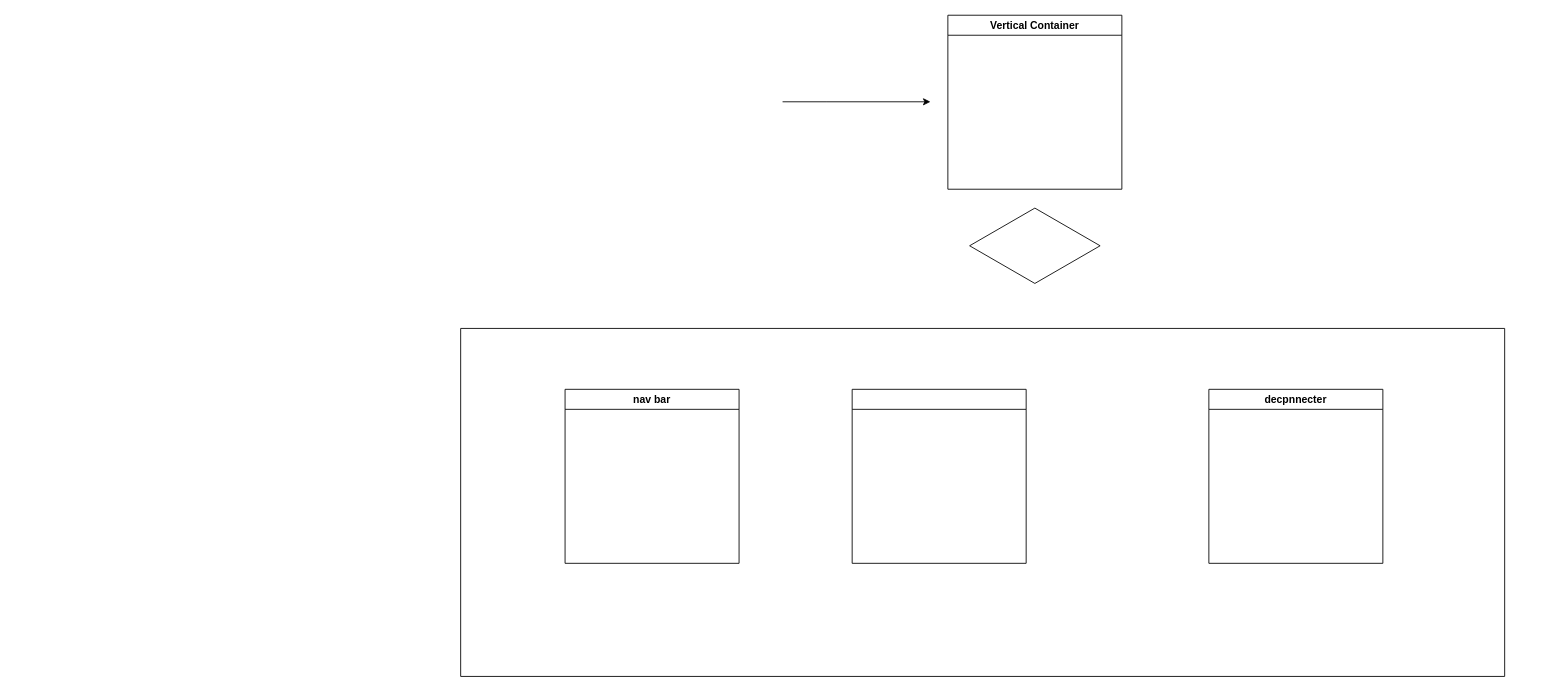
Above: UML ETAT TRANSITION.drawio in djn-web/djn-web (draw.io), before the change. Source tidied: cells renumbered, new cells numbered last; positions are measured from the earlier drawing's top-left corner, leaving out a move shared by most shapes. Both pictures are drawn from the tidied source at 87%, with x=0, y=0 at pixel (460, 15).
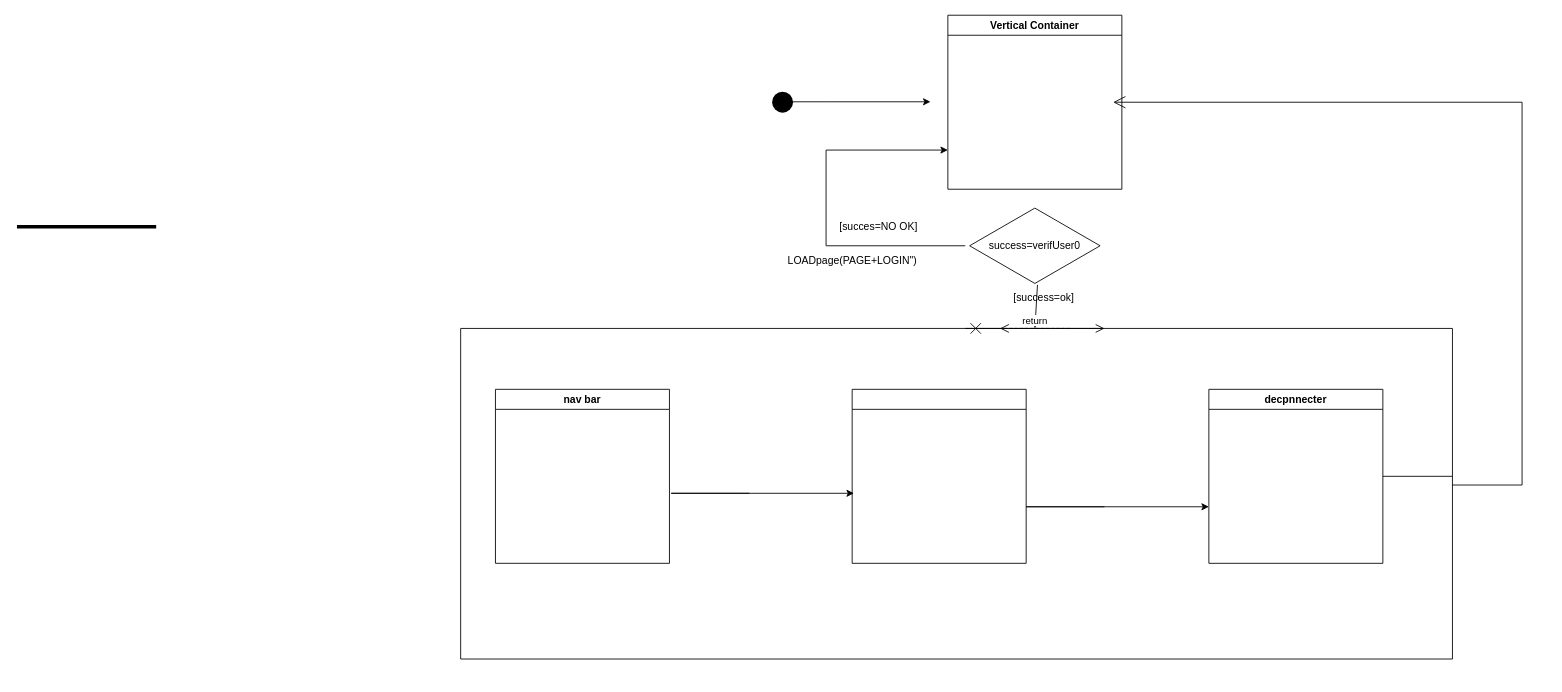
The same page after the edit.

Commit message (it also covers changes not shown here):
Mettre à jour UML ETAT TRANSITION.drawio

Change to the diagram source:
```diff
@@
-    <mxCell id="3" style="html=1;whiteSpace=wrap;shape=isoRectangle;" parent="1" vertex="1">
+    <mxCell id="3" value="success=verifUser0" style="html=1;whiteSpace=wrap;shape=isoRectangle;" parent="1" vertex="1">
       <mxGeometry x="585" y="220" width="150" height="90" as="geometry" />
     </mxCell>
@@
     <mxCell id="5" style="endArrow=classic;html=1;rounded=0;strokeColor=none;" parent="1" edge="1" source="6">
       <mxGeometry relative="1" as="geometry">
         <mxPoint x="770" y="140" as="targetPoint" />
         <Array as="points">
           <mxPoint x="1240" y="520" />
           <mxPoint x="1220" y="140" />
           <mxPoint x="1030" y="140" />
+          <mxPoint x="1020" y="150" />
         </Array>
       </mxGeometry>
     </mxCell>
     <mxCell id="6" style="swimlane;startSize=0;" parent="1" vertex="1">
-      <mxGeometry y="360" width="1200" height="400" as="geometry" />
+      <mxGeometry y="360" width="1140" height="380" as="geometry" />
     </mxCell>
     <mxCell id="7" value="nav bar" style="swimlane;whiteSpace=wrap;html=1;" parent="6" vertex="1">
-      <mxGeometry x="120" y="70" width="200" height="200" as="geometry" />
+      <mxGeometry x="40" y="70" width="200" height="200" as="geometry" />
     </mxCell>
@@
+    <mxCell id="10" style="endArrow=none;html=1;rounded=0;" parent="6" edge="1">
+      <mxGeometry relative="1" as="geometry">
+        <mxPoint x="1060" y="170" as="sourcePoint" />
+        <mxPoint x="1140" y="170" as="targetPoint" />
+      </mxGeometry>
+    </mxCell>
+    <mxCell id="11" style="endArrow=classic;html=1;rounded=0;" parent="6" edge="1">
+      <mxGeometry relative="1" as="geometry">
+        <mxPoint x="740" y="205" as="sourcePoint" />
+        <mxPoint x="860" y="205" as="targetPoint" />
+        <Array as="points">
+          <mxPoint x="650" y="205" />
+          <mxPoint x="730" y="205" />
+        </Array>
+      </mxGeometry>
+    </mxCell>
+    <mxCell id="12" style="endArrow=classic;html=1;rounded=0;" parent="6" edge="1">
+      <mxGeometry relative="1" as="geometry">
+        <mxPoint x="332" y="189.5" as="sourcePoint" />
+        <mxPoint x="452" y="189.5" as="targetPoint" />
+        <Array as="points">
+          <mxPoint x="242" y="189.5" />
+          <mxPoint x="322" y="189.5" />
+        </Array>
+      </mxGeometry>
+    </mxCell>
+    <mxCell id="13" style="endArrow=classic;html=1;rounded=0;entryX=0.579;entryY=0;entryDx=0;entryDy=0;entryPerimeter=0;exitX=0.52;exitY=1;exitDx=0;exitDy=0;exitPerimeter=0;" parent="1" edge="1" source="3" target="6">
+      <mxGeometry relative="1" as="geometry" />
+    </mxCell>
+    <mxCell id="14" value="[success=ok]" style="text;html=1;align=center;verticalAlign=middle;strokeColor=none;fillColor=none;" parent="1" vertex="1">
+      <mxGeometry x="620" y="310" width="100" height="30" as="geometry" />
+    </mxCell>
+    <mxCell id="15" style="endArrow=classic;html=1;rounded=0;entryX=0;entryY=0.75;entryDx=0;entryDy=0;" parent="1" edge="1">
+      <mxGeometry relative="1" as="geometry">
+        <mxPoint x="580" y="265" as="sourcePoint" />
+        <mxPoint x="560" y="155" as="targetPoint" />
+        <Array as="points">
+          <mxPoint x="420" y="265" />
+          <mxPoint x="420" y="155" />
+        </Array>
+      </mxGeometry>
+    </mxCell>
+    <mxCell id="16" value="[succes=NO OK]" style="text;html=1;align=center;verticalAlign=middle;strokeColor=none;fillColor=none;" parent="1" vertex="1">
+      <mxGeometry x="425" y="228" width="110" height="30" as="geometry" />
+    </mxCell>
+    <mxCell id="17" value="LOADpage(PAGE+LOGIN&quot;)" style="text;html=1;align=center;verticalAlign=middle;strokeColor=none;fillColor=none;" parent="1" vertex="1">
+      <mxGeometry x="365" y="268" width="170" height="30" as="geometry" />
+    </mxCell>
+    <mxCell id="18" style="shape=waypoint;sketch=0;fillStyle=solid;size=6;fillColor=none;perimeter=centerPerimeter;strokeWidth=10;" parent="1" vertex="1">
+      <mxGeometry x="360" y="90" width="20" height="20" as="geometry" />
+    </mxCell>
+    <mxCell id="19" style="endArrow=open;startArrow=cross;endFill=0;startFill=0;endSize=8;startSize=10;html=1;rounded=0;" parent="1" edge="1">
+      <mxGeometry relative="1" as="geometry">
+        <mxPoint x="580" y="360" as="sourcePoint" />
+        <mxPoint x="740" y="360" as="targetPoint" />
+      </mxGeometry>
+    </mxCell>
+    <mxCell id="20" value="return" style="html=1;verticalAlign=bottom;endArrow=open;dashed=1;endSize=8;curved=0;rounded=0;" parent="1" edge="1">
+      <mxGeometry relative="1" as="geometry">
+        <mxPoint x="700" y="360" as="sourcePoint" />
+        <mxPoint x="620" y="360" as="targetPoint" />
+      </mxGeometry>
+    </mxCell>
+    <mxCell id="21" style="endArrow=open;endFill=1;endSize=12;html=1;rounded=0;" parent="1" edge="1">
+      <mxGeometry relative="1" as="geometry">
+        <mxPoint x="1140" y="540" as="sourcePoint" />
+        <mxPoint x="750" y="100" as="targetPoint" />
+        <Array as="points">
+          <mxPoint x="1220" y="540" />
+          <mxPoint x="1220" y="100" />
+        </Array>
+      </mxGeometry>
+    </mxCell>
+    <mxCell id="22" style="line;strokeWidth=4;html=1;perimeter=backbonePerimeter;" parent="1" vertex="1">
+      <mxGeometry x="-510" y="238" width="160" height="10" as="geometry" />
+    </mxCell>
```
